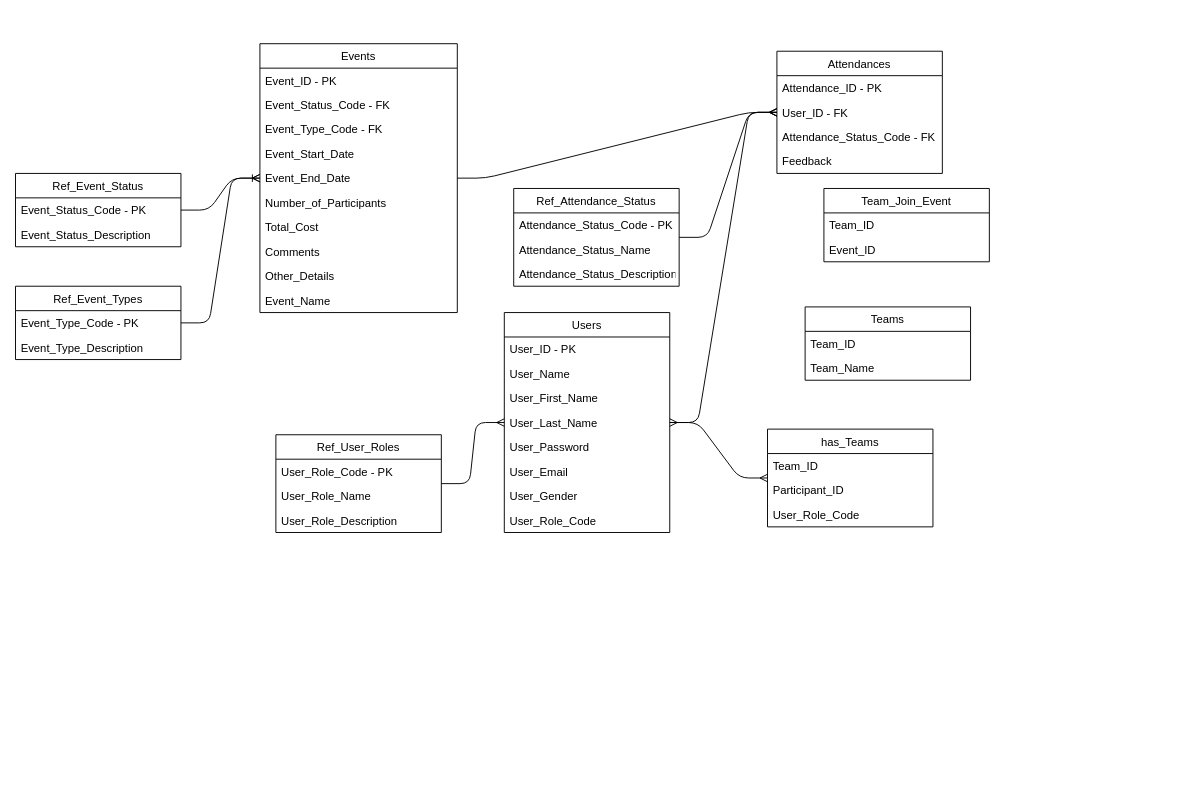
The draw.io diagram page "ERD - Fixed" (5 of 9) of Documentation/DellEvent.drawio in frostyseb/ITDP, before the edit. Source tidied: cells renumbered, new cells numbered last; positions are measured from the earlier drawing's top-left corner, leaving out a move shared by most shapes. Both pictures are drawn from the tidied source at 94%, with x=0, y=0 at pixel (15, 43).
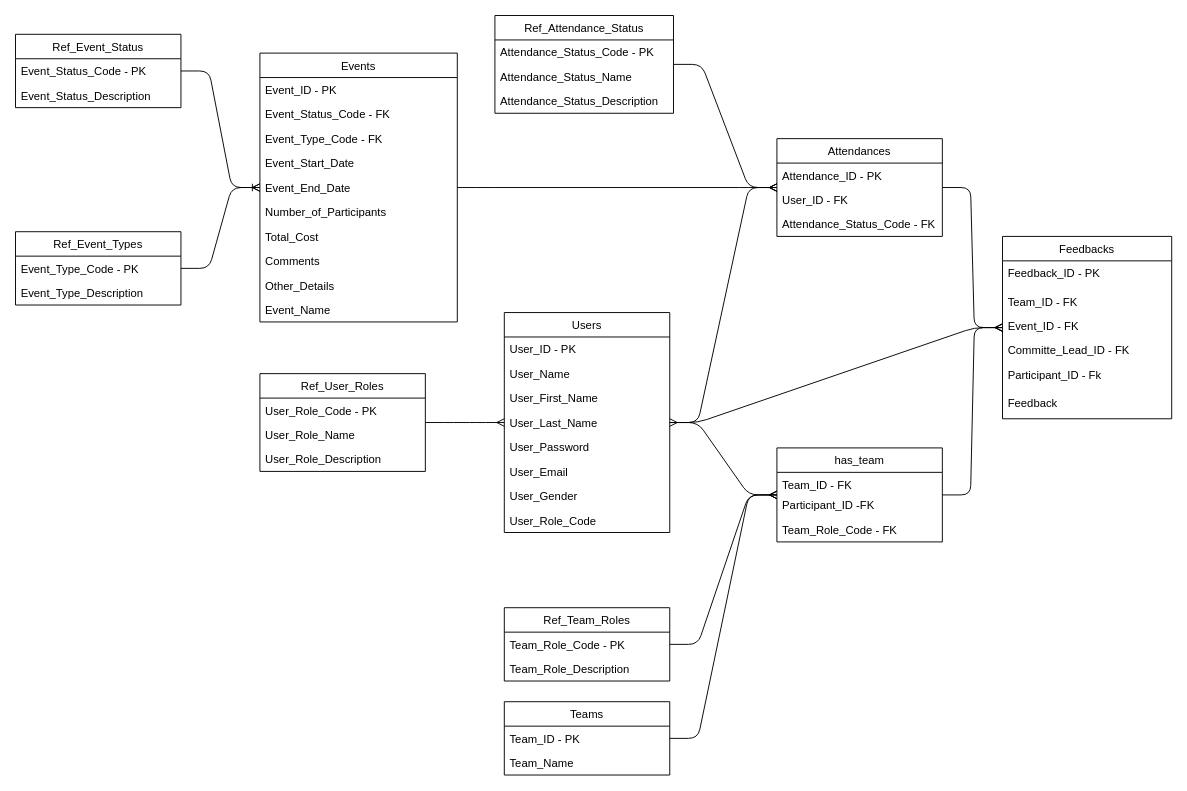
Above is the later version.

The change refers to these unchanged cells:
```xml
<mxCell id="24" value="Users" style="swimlane;fontStyle=0;horizontal=1;startSize=26;fillColor=none;" parent="1" vertex="1">
  <mxGeometry x="520" y="286" width="176" height="234" as="geometry" />
</mxCell>
```

Change to the diagram source:
```diff
@@
     <mxCell id="2" value="Events" style="swimlane;fontStyle=0;horizontal=1;startSize=26;fillColor=none;" parent="1" vertex="1">
-      <mxGeometry x="260" width="210" height="286" as="geometry" />
+      <mxGeometry x="260" y="10" width="210" height="286" as="geometry" />
     </mxCell>
@@
     <mxCell id="13" value="Attendances" style="swimlane;fontStyle=0;horizontal=1;startSize=26;fillColor=none;" parent="1" vertex="1">
-      <mxGeometry x="810" y="8" width="176" height="130" as="geometry" />
+      <mxGeometry x="810" y="101" width="176" height="104" as="geometry" />
     </mxCell>
@@
-    <mxCell id="17" value="Feedback" style="text;strokeColor=none;fillColor=none;align=left;verticalAlign=top;spacingLeft=4;spacingRight=4;overflow=hidden;" parent="13" vertex="1">
-      <mxGeometry y="104" width="176" height="26" as="geometry" />
-    </mxCell>
     <mxCell id="18" value="Ref_Event_Status" style="swimlane;fontStyle=0;horizontal=1;startSize=26;fillColor=none;" parent="1" vertex="1">
-      <mxGeometry y="138" width="176" height="78" as="geometry" />
+      <mxGeometry y="-10" width="176" height="78" as="geometry" />
     </mxCell>
@@
     <mxCell id="21" value="Ref_Event_Types" style="swimlane;fontStyle=0;horizontal=1;startSize=26;fillColor=none;" parent="1" vertex="1">
-      <mxGeometry y="258" width="176" height="78" as="geometry" />
+      <mxGeometry y="200" width="176" height="78" as="geometry" />
     </mxCell>
@@
     <mxCell id="33" value="Ref_Attendance_Status" style="swimlane;fontStyle=0;horizontal=1;startSize=26;fillColor=none;" parent="1" vertex="1">
-      <mxGeometry x="530" y="154" width="176" height="104" as="geometry" />
+      <mxGeometry x="510" y="-30" width="190" height="104" as="geometry" />
     </mxCell>
     <mxCell id="34" value="Attendance_Status_Code - PK" style="text;strokeColor=none;fillColor=none;align=left;verticalAlign=top;spacingLeft=4;spacingRight=4;overflow=hidden;" parent="33" vertex="1">
-      <mxGeometry y="26" width="176" height="26" as="geometry" />
+      <mxGeometry y="26" width="190" height="26" as="geometry" />
     </mxCell>
     <mxCell id="35" value="Attendance_Status_Name" style="text;strokeColor=none;fillColor=none;align=left;verticalAlign=top;spacingLeft=4;spacingRight=4;overflow=hidden;" parent="33" vertex="1">
-      <mxGeometry y="52" width="176" height="26" as="geometry" />
+      <mxGeometry y="52" width="190" height="26" as="geometry" />
     </mxCell>
     <mxCell id="36" value="Attendance_Status_Description" style="text;strokeColor=none;fillColor=none;align=left;verticalAlign=top;spacingLeft=4;spacingRight=4;overflow=hidden;" parent="33" vertex="1">
-      <mxGeometry y="78" width="176" height="26" as="geometry" />
+      <mxGeometry y="78" width="190" height="26" as="geometry" />
     </mxCell>
@@
     <mxCell id="42" value="Ref_User_Roles" style="swimlane;fontStyle=0;horizontal=1;startSize=26;fillColor=none;" parent="1" vertex="1">
-      <mxGeometry x="277" y="416" width="176" height="104" as="geometry" />
+      <mxGeometry x="260" y="351" width="176" height="104" as="geometry" />
     </mxCell>
@@
-    <mxCell id="47" value="Teams" style="swimlane;fontStyle=0;horizontal=1;startSize=26;fillColor=none;" parent="1" vertex="1">
-      <mxGeometry x="840" y="280" width="176" height="78" as="geometry" />
+    <mxCell id="47" value="Ref_Team_Roles" style="swimlane;fontStyle=0;horizontal=1;startSize=26;fillColor=none;" parent="1" vertex="1">
+      <mxGeometry x="520" y="600" width="176" height="78" as="geometry" />
     </mxCell>
-    <mxCell id="48" value="Team_ID" style="text;strokeColor=none;fillColor=none;align=left;verticalAlign=top;spacingLeft=4;spacingRight=4;overflow=hidden;" parent="47" vertex="1">
+    <mxCell id="48" value="Team_Role_Code - PK" style="text;strokeColor=none;fillColor=none;align=left;verticalAlign=top;spacingLeft=4;spacingRight=4;overflow=hidden;" parent="47" vertex="1">
       <mxGeometry y="26" width="176" height="26" as="geometry" />
     </mxCell>
-    <mxCell id="49" value="Team_Name" style="text;strokeColor=none;fillColor=none;align=left;verticalAlign=top;spacingLeft=4;spacingRight=4;overflow=hidden;" parent="47" vertex="1">
+    <mxCell id="49" value="Team_Role_Description" style="text;strokeColor=none;fillColor=none;align=left;verticalAlign=top;spacingLeft=4;spacingRight=4;overflow=hidden;" parent="47" vertex="1">
       <mxGeometry y="52" width="176" height="26" as="geometry" />
     </mxCell>
@@
-    <mxCell id="51" value="has_Teams" style="swimlane;fontStyle=0;horizontal=1;startSize=26;fillColor=none;" parent="1" vertex="1">
-      <mxGeometry x="800" y="410" width="176" height="104" as="geometry" />
+    <mxCell id="51" value="has_team" style="swimlane;fontStyle=0;horizontal=1;startSize=26;fillColor=none;" parent="1" vertex="1">
+      <mxGeometry x="810" y="430" width="176" height="100" as="geometry" />
     </mxCell>
-    <mxCell id="52" value="Team_ID" style="text;strokeColor=none;fillColor=none;align=left;verticalAlign=top;spacingLeft=4;spacingRight=4;overflow=hidden;" parent="51" vertex="1">
-      <mxGeometry y="26" width="176" height="26" as="geometry" />
+    <mxCell id="52" value="Team_ID - FK" style="text;strokeColor=none;fillColor=none;align=left;verticalAlign=top;spacingLeft=4;spacingRight=4;overflow=hidden;" parent="51" vertex="1">
+      <mxGeometry y="26" width="176" height="22" as="geometry" />
     </mxCell>
-    <mxCell id="53" value="Participant_ID" style="text;strokeColor=none;fillColor=none;align=left;verticalAlign=top;spacingLeft=4;spacingRight=4;overflow=hidden;" parent="51" vertex="1">
-      <mxGeometry y="52" width="176" height="26" as="geometry" />
+    <mxCell id="53" value="Participant_ID -FK" style="text;strokeColor=none;fillColor=none;align=left;verticalAlign=top;spacingLeft=4;spacingRight=4;overflow=hidden;" parent="51" vertex="1">
+      <mxGeometry y="48" width="176" height="26" as="geometry" />
     </mxCell>
-    <mxCell id="54" value="User_Role_Code" style="text;strokeColor=none;fillColor=none;align=left;verticalAlign=top;spacingLeft=4;spacingRight=4;overflow=hidden;" parent="51" vertex="1">
-      <mxGeometry y="78" width="176" height="26" as="geometry" />
+    <mxCell id="54" value="Team_Role_Code - FK" style="text;strokeColor=none;fillColor=none;align=left;verticalAlign=top;spacingLeft=4;spacingRight=4;overflow=hidden;" parent="51" vertex="1">
+      <mxGeometry y="74" width="176" height="26" as="geometry" />
     </mxCell>
-    <mxCell id="55" value="Team_Join_Event" style="swimlane;fontStyle=0;horizontal=1;startSize=26;fillColor=none;" parent="1" vertex="1">
-      <mxGeometry x="860" y="154" width="176" height="78" as="geometry" />
+    <mxCell id="55" value="Feedbacks" style="swimlane;fontStyle=0;horizontal=1;startSize=26;fillColor=none;" parent="1" vertex="1">
+      <mxGeometry x="1050" y="205" width="180" height="194" as="geometry" />
     </mxCell>
+    <mxCell id="58" value="Feedback_ID - PK" style="text;strokeColor=none;fillColor=none;align=left;verticalAlign=top;spacingLeft=4;spacingRight=4;overflow=hidden;" parent="55" vertex="1">
+      <mxGeometry y="26" width="180" height="30" as="geometry" />
+    </mxCell>
-    <mxCell id="56" value="Team_ID" style="text;strokeColor=none;fillColor=none;align=left;verticalAlign=top;spacingLeft=4;spacingRight=4;overflow=hidden;" parent="55" vertex="1">
-      <mxGeometry y="26" width="176" height="26" as="geometry" />
+    <mxCell id="56" value="Team_ID - FK" style="text;strokeColor=none;fillColor=none;align=left;verticalAlign=top;spacingLeft=4;spacingRight=4;overflow=hidden;" parent="55" vertex="1">
+      <mxGeometry y="56" width="180" height="26" as="geometry" />
     </mxCell>
-    <mxCell id="57" value="Event_ID" style="text;strokeColor=none;fillColor=none;align=left;verticalAlign=top;spacingLeft=4;spacingRight=4;overflow=hidden;" parent="55" vertex="1">
-      <mxGeometry y="52" width="176" height="26" as="geometry" />
+    <mxCell id="57" value="Event_ID - FK" style="text;strokeColor=none;fillColor=none;align=left;verticalAlign=top;spacingLeft=4;spacingRight=4;overflow=hidden;" parent="55" vertex="1">
+      <mxGeometry y="82" width="180" height="26" as="geometry" />
     </mxCell>
+    <mxCell id="59" value="Committe_Lead_ID - FK" style="text;strokeColor=none;fillColor=none;align=left;verticalAlign=top;spacingLeft=4;spacingRight=4;overflow=hidden;" parent="55" vertex="1">
+      <mxGeometry y="108" width="180" height="26" as="geometry" />
+    </mxCell>
+    <mxCell id="60" value="Participant_ID - Fk" style="text;strokeColor=none;fillColor=none;align=left;verticalAlign=top;spacingLeft=4;spacingRight=4;overflow=hidden;" parent="55" vertex="1">
+      <mxGeometry y="134" width="180" height="30" as="geometry" />
+    </mxCell>
+    <mxCell id="17" value="Feedback" style="text;strokeColor=none;fillColor=none;align=left;verticalAlign=top;spacingLeft=4;spacingRight=4;overflow=hidden;" parent="55" vertex="1">
+      <mxGeometry y="164" width="180" height="30" as="geometry" />
+    </mxCell>
+    <mxCell id="61" style="edgeStyle=entityRelationEdgeStyle;fontSize=12;html=1;endArrow=ERmany;" parent="1" edge="1" source="47" target="51">
+      <mxGeometry relative="1" as="geometry" />
+    </mxCell>
+    <mxCell id="62" style="edgeStyle=entityRelationEdgeStyle;fontSize=12;html=1;endArrow=ERmany;" parent="1" edge="1" source="51" target="55">
+      <mxGeometry relative="1" as="geometry" />
+    </mxCell>
+    <mxCell id="63" style="edgeStyle=entityRelationEdgeStyle;fontSize=12;html=1;endArrow=ERmany;" parent="1" edge="1" source="24" target="55">
+      <mxGeometry relative="1" as="geometry" />
+    </mxCell>
+    <mxCell id="64" value="Teams" style="swimlane;fontStyle=0;horizontal=1;startSize=26;fillColor=none;" parent="1" vertex="1">
+      <mxGeometry x="520" y="700" width="176" height="78" as="geometry" />
+    </mxCell>
+    <mxCell id="65" value="Team_ID - PK" style="text;strokeColor=none;fillColor=none;align=left;verticalAlign=top;spacingLeft=4;spacingRight=4;overflow=hidden;" parent="64" vertex="1">
+      <mxGeometry y="26" width="176" height="26" as="geometry" />
+    </mxCell>
+    <mxCell id="66" value="Team_Name" style="text;strokeColor=none;fillColor=none;align=left;verticalAlign=top;spacingLeft=4;spacingRight=4;overflow=hidden;" parent="64" vertex="1">
+      <mxGeometry y="52" width="176" height="26" as="geometry" />
+    </mxCell>
+    <mxCell id="67" style="edgeStyle=entityRelationEdgeStyle;fontSize=12;html=1;endArrow=ERmany;" parent="1" edge="1" source="64" target="51">
+      <mxGeometry relative="1" as="geometry" />
+    </mxCell>
+    <mxCell id="68" style="edgeStyle=entityRelationEdgeStyle;fontSize=12;html=1;endArrow=ERmany;" parent="1" edge="1" source="13" target="55">
+      <mxGeometry relative="1" as="geometry" />
+    </mxCell>
```
